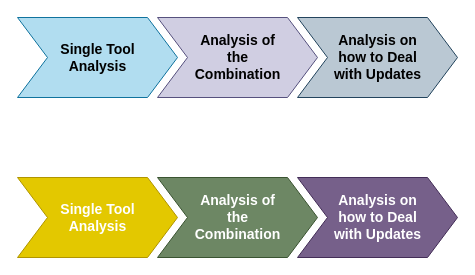
Before: documentation/Approach_Figure2.drawio in sableu/BDD4OQ, a draw.io diagram. Source tidied: cells renumbered, new cells numbered last; positions are measured from the earlier drawing's top-left corner, leaving out a move shared by most shapes. Both pictures are drawn from the tidied source at 100%, with x=0, y=0 at pixel (17, 17).
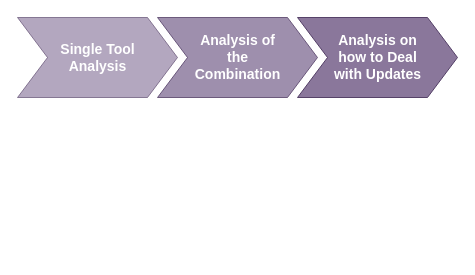
After the change.

What changed in the source:
```diff
@@
 <mxGraphModel>
   <root>
     <mxCell id="0" />
     <mxCell id="1" parent="0" />
-    <mxCell id="2" value="&lt;span style=&quot;font-size: 14px&quot;&gt;&lt;b&gt;Single Tool&lt;br&gt;Analysis&lt;br&gt;&lt;/b&gt;&lt;/span&gt;" style="html=1;shadow=0;dashed=0;align=center;verticalAlign=middle;shape=mxgraph.arrows2.arrow;dy=0;dx=30;notch=30;fillColor=#b1ddf0;strokeColor=#10739e;" parent="1" vertex="1">
+    <mxCell id="2" value="&lt;span style=&quot;font-size: 14px&quot;&gt;&lt;b&gt;Single Tool&lt;br&gt;Analysis&lt;br&gt;&lt;/b&gt;&lt;/span&gt;" style="html=1;shadow=0;dashed=0;align=center;verticalAlign=middle;shape=mxgraph.arrows2.arrow;dy=0;dx=30;notch=30;fillColor=#76608a;strokeColor=#432D57;fontColor=#ffffff;opacity=55;" parent="1" vertex="1">
       <mxGeometry width="160" height="80" as="geometry" />
     </mxCell>
-    <mxCell id="3" value="&lt;span style=&quot;font-size: 14px&quot;&gt;&lt;b&gt;Analysis of&lt;br&gt;the&lt;br&gt;Combination&lt;br&gt;&lt;/b&gt;&lt;/span&gt;" style="html=1;shadow=0;dashed=0;align=center;verticalAlign=middle;shape=mxgraph.arrows2.arrow;dy=0;dx=30;notch=30;fillColor=#d0cee2;strokeColor=#56517e;" parent="1" vertex="1">
+    <mxCell id="3" value="&lt;span style=&quot;font-size: 14px&quot;&gt;&lt;b&gt;Analysis of&lt;br&gt;the&lt;br&gt;Combination&lt;br&gt;&lt;/b&gt;&lt;/span&gt;" style="html=1;shadow=0;dashed=0;align=center;verticalAlign=middle;shape=mxgraph.arrows2.arrow;dy=0;dx=30;notch=30;fillColor=#76608a;strokeColor=#432D57;fontColor=#ffffff;opacity=70;" parent="1" vertex="1">
       <mxGeometry x="140" width="160" height="80" as="geometry" />
     </mxCell>
-    <mxCell id="4" value="&lt;span style=&quot;font-size: 14px&quot;&gt;&lt;b&gt;Analysis on&lt;br&gt;how to Deal&lt;br&gt;with Updates&lt;br&gt;&lt;/b&gt;&lt;/span&gt;" style="html=1;shadow=0;dashed=0;align=center;verticalAlign=middle;shape=mxgraph.arrows2.arrow;dy=0;dx=30;notch=30;fillColor=#bac8d3;strokeColor=#23445d;" parent="1" vertex="1">
+    <mxCell id="4" value="&lt;span style=&quot;font-size: 14px&quot;&gt;&lt;b&gt;Analysis on&lt;br&gt;how to Deal&lt;br&gt;with Updates&lt;br&gt;&lt;/b&gt;&lt;/span&gt;" style="html=1;shadow=0;dashed=0;align=center;verticalAlign=middle;shape=mxgraph.arrows2.arrow;dy=0;dx=30;notch=30;fillColor=#76608a;strokeColor=#432D57;fontColor=#ffffff;opacity=85;" parent="1" vertex="1">
       <mxGeometry x="280" width="160" height="80" as="geometry" />
     </mxCell>
-    <mxCell id="5" value="&lt;span style=&quot;font-size: 14px&quot;&gt;&lt;b&gt;Single Tool&lt;br&gt;Analysis&lt;br&gt;&lt;/b&gt;&lt;/span&gt;" style="html=1;shadow=0;dashed=0;align=center;verticalAlign=middle;shape=mxgraph.arrows2.arrow;dy=0;dx=30;notch=30;fillColor=#e3c800;strokeColor=#B09500;fontColor=#ffffff;" parent="1" vertex="1">
-      <mxGeometry y="160" width="160" height="80" as="geometry" />
-    </mxCell>
-    <mxCell id="6" value="&lt;span style=&quot;font-size: 14px&quot;&gt;&lt;b&gt;Analysis of&lt;br&gt;the&lt;br&gt;Combination&lt;br&gt;&lt;/b&gt;&lt;/span&gt;" style="html=1;shadow=0;dashed=0;align=center;verticalAlign=middle;shape=mxgraph.arrows2.arrow;dy=0;dx=30;notch=30;fillColor=#6d8764;strokeColor=#3A5431;fontColor=#ffffff;" parent="1" vertex="1">
-      <mxGeometry x="140" y="160" width="160" height="80" as="geometry" />
-    </mxCell>
-    <mxCell id="7" value="&lt;span style=&quot;font-size: 14px&quot;&gt;&lt;b&gt;Analysis on&lt;br&gt;how to Deal&lt;br&gt;with Updates&lt;br&gt;&lt;/b&gt;&lt;/span&gt;" style="html=1;shadow=0;dashed=0;align=center;verticalAlign=middle;shape=mxgraph.arrows2.arrow;dy=0;dx=30;notch=30;fillColor=#76608a;strokeColor=#432D57;fontColor=#ffffff;" parent="1" vertex="1">
-      <mxGeometry x="280" y="160" width="160" height="80" as="geometry" />
-    </mxCell>
   </root>
 </mxGraphModel>
```
